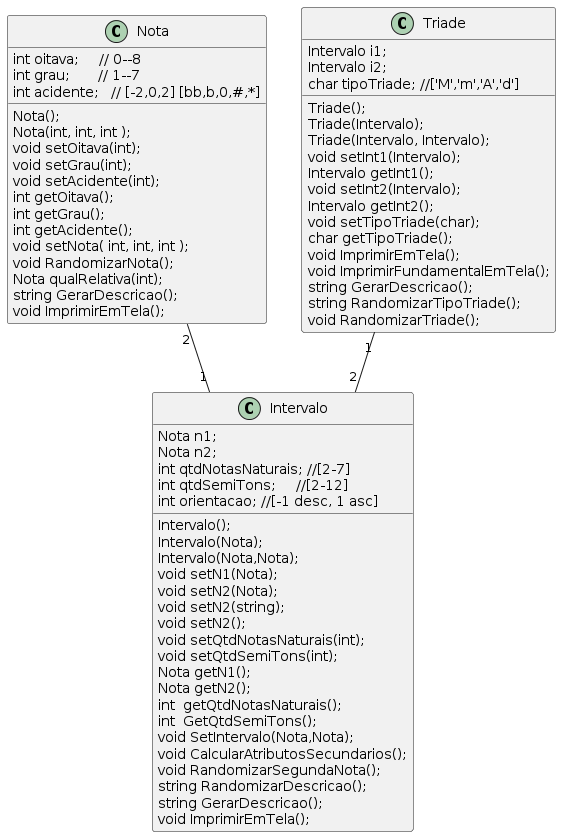
marcuswlima/learning keeps this PlantUML diagram as c++/projects/notas/documetation/classDiagram.png. Above is the earlier version.
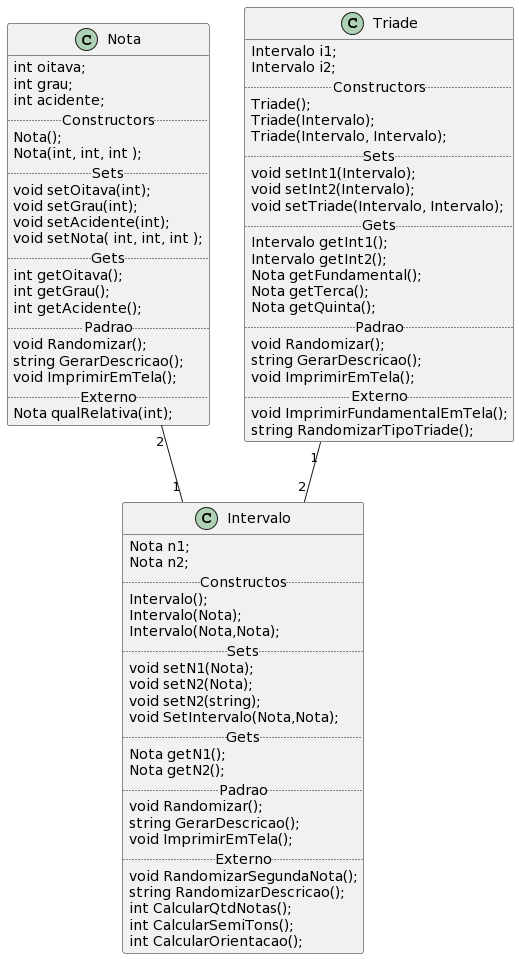
The same file after the commit.

What changed in the source:
```diff
@@ -1,72 +1,81 @@
 @startuml
-
 Nota "2"--"1" Intervalo
 Triade "1" -- "2" Intervalo
 
 class Nota {
+    int oitava;
+    int grau;
+    int acidente;
+.. Constructors ..
     Nota();
     Nota(int, int, int );
+.. Sets ..
     void setOitava(int);
     void setGrau(int);
     void setAcidente(int);
+    void setNota( int, int, int );
+.. Gets ..
     int getOitava();
     int getGrau();
     int getAcidente();
-    void setNota( int, int, int );
-    void RandomizarNota();
-    Nota qualRelativa(int);
+.. Padrao ..
+    void Randomizar();
     string GerarDescricao();
     void ImprimirEmTela();
-    int oitava;     // 0--8
-    int grau;       // 1--7
-    int acidente;   // [-2,0,2] [bb,b,0,#,*]
+.. Externo ..
+    Nota qualRelativa(int);
 }
 
 class Intervalo {
+    Nota n1;
+    Nota n2;
+.. Constructos ..
     Intervalo();
     Intervalo(Nota);
     Intervalo(Nota,Nota);
+.. Sets ..
     void setN1(Nota);
     void setN2(Nota);
     void setN2(string);
-    void setN2();
-    void setQtdNotasNaturais(int);
-    void setQtdSemiTons(int);
+    void SetIntervalo(Nota,Nota);
+.. Gets ..
     Nota getN1();
     Nota getN2();
-    int  getQtdNotasNaturais();
-    int  GetQtdSemiTons();
-    void SetIntervalo(Nota,Nota);
-    void CalcularAtributosSecundarios();
+.. Padrao ..
+    void Randomizar();
+    string GerarDescricao();
+    void ImprimirEmTela();
+.. Externo ..
     void RandomizarSegundaNota();
     string RandomizarDescricao();
-    string GerarDescricao();
-    void ImprimirEmTela();
-    Nota n1;
-    Nota n2;
-    int qtdNotasNaturais; //[2-7]
-    int qtdSemiTons;     //[2-12]
-    int orientacao; //[-1 desc, 1 asc]
+    int CalcularQtdNotas();
+    int CalcularSemiTons();
+    int CalcularOrientacao();
 }
 
 class Triade{
+    Intervalo i1;
+    Intervalo i2;
+.. Constructors ..
     Triade();
     Triade(Intervalo);
     Triade(Intervalo, Intervalo);
+.. Sets ..
     void setInt1(Intervalo);
+    void setInt2(Intervalo);
+    void setTriade(Intervalo, Intervalo);
+.. Gets ..
     Intervalo getInt1();
-    void setInt2(Intervalo);
     Intervalo getInt2();
-    void setTipoTriade(char);
-    char getTipoTriade();
+    Nota getFundamental();
+    Nota getTerca();
+    Nota getQuinta();
+.. Padrao ..
+    void Randomizar();
+    string GerarDescricao();
     void ImprimirEmTela();
+.. Externo ..
     void ImprimirFundamentalEmTela();
-    string GerarDescricao();
     string RandomizarTipoTriade();
-    void RandomizarTriade();
-    Intervalo i1;
-    Intervalo i2;
-    char tipoTriade; //['M','m','A','d']
 }
-
 @enduml
```
